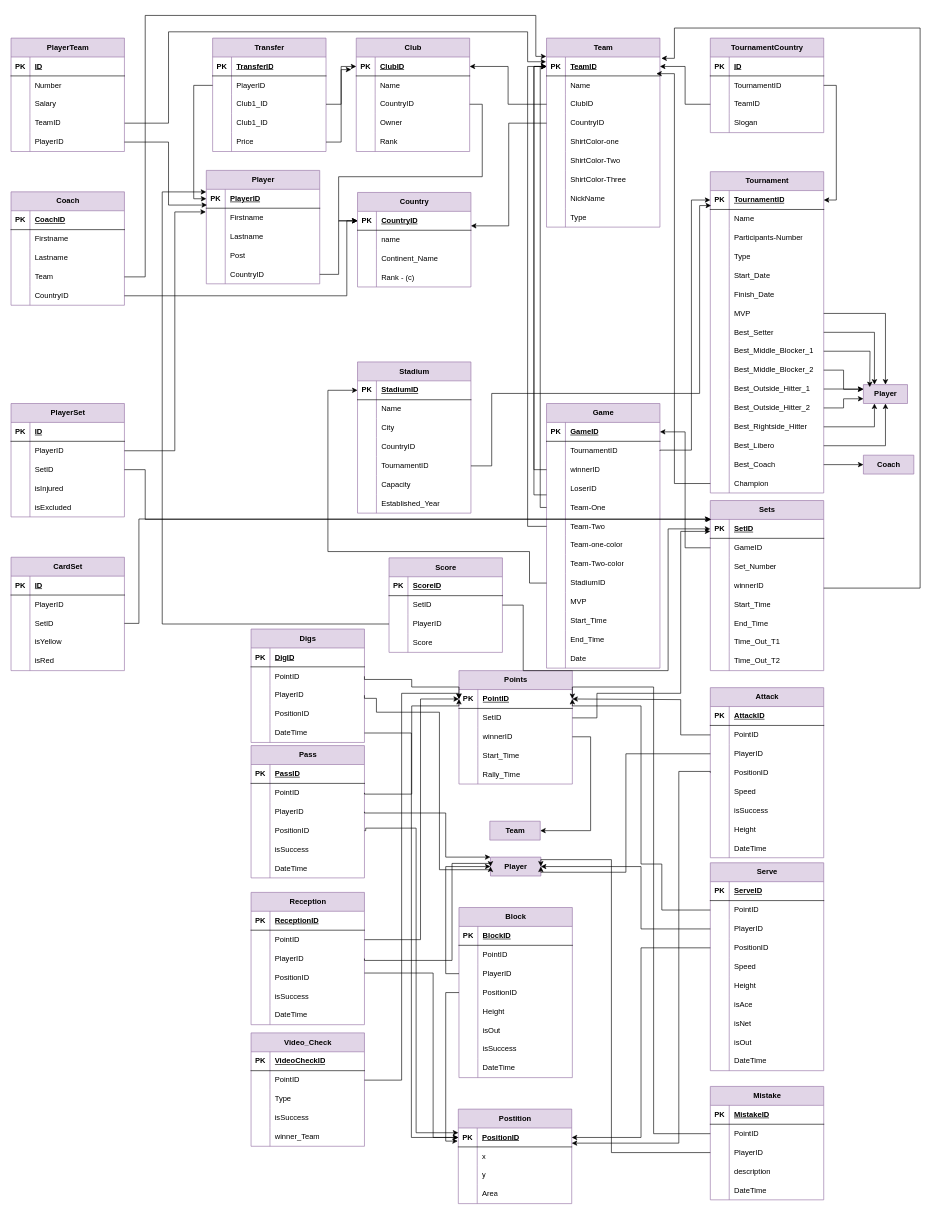
Above: page "ER-Diagram" (1 of 2) of DB2_Project_Diagrams.drawio in Matinrezaei/Software-Lab (draw.io), before the change. Source tidied: cells renumbered, new cells numbered last; positions are measured from the earlier drawing's top-left corner, leaving out a move shared by most shapes. Both pictures are drawn from the tidied source at 63%, with x=0, y=0 at pixel (11, 15).
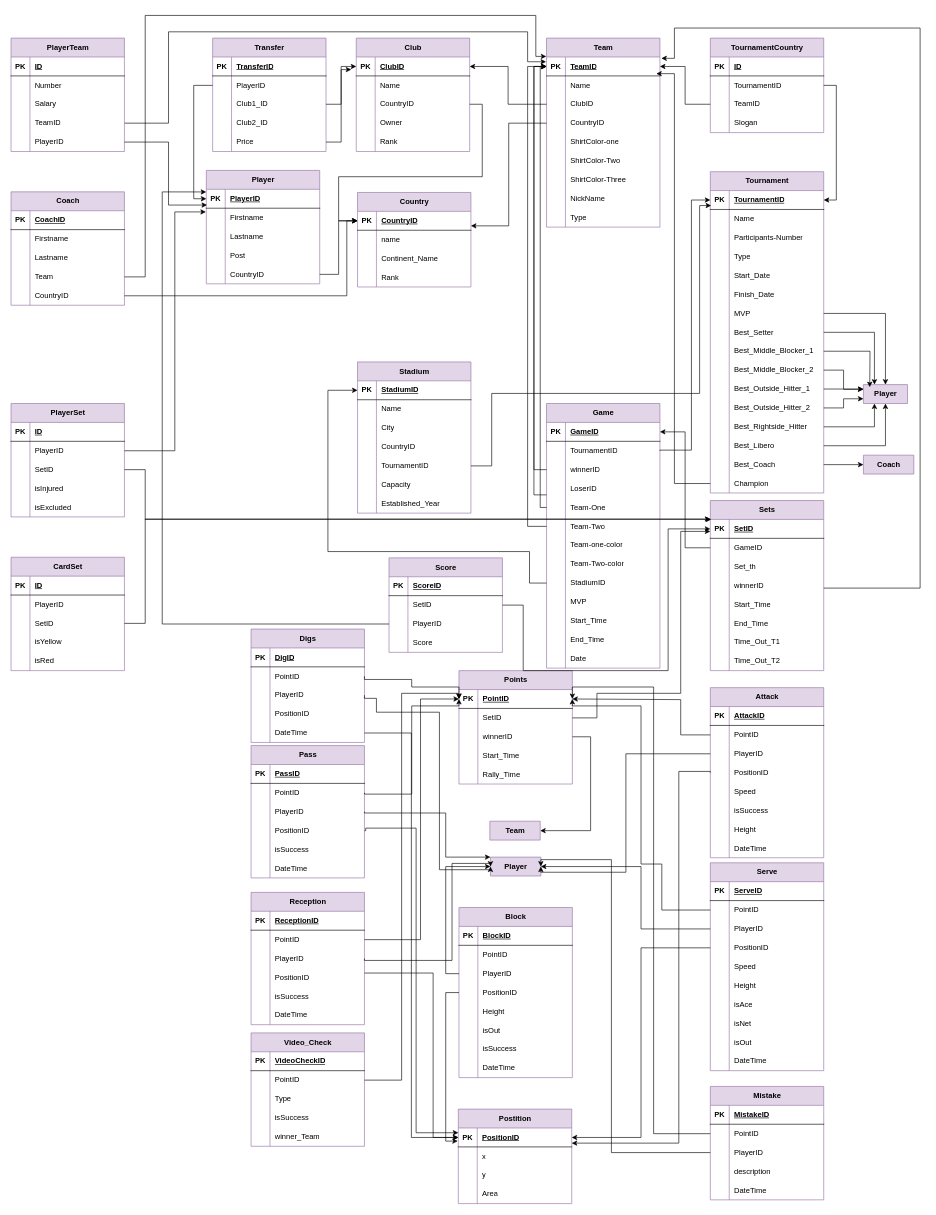
The same diagram, later.

The change refers to these unchanged cells:
```xml
<mxCell id="28" style="shape=tableRow;horizontal=0;startSize=0;swimlaneHead=0;swimlaneBody=0;fillColor=none;top=0;left=0;right=0;bottom=0;" parent="18" vertex="1">
  <mxGeometry y="120" width="180" height="30" as="geometry" />
</mxCell>
<mxCell id="192" style="shape=tableRow;horizontal=0;startSize=0;swimlaneHead=0;swimlaneBody=0;fillColor=none;top=0;left=0;right=0;bottom=0;" parent="182" vertex="1">
  <mxGeometry y="120" width="180" height="30" as="geometry" />
</mxCell>
<mxCell id="242" style="shape=tableRow;horizontal=0;startSize=0;swimlaneHead=0;swimlaneBody=0;fillColor=none;points=[[0,0.5],[1,0.5]];portConstraint=eastwest;top=0;left=0;right=0;bottom=1;" parent="241" vertex="1">
  <mxGeometry y="30" width="180" height="30" as="geometry" />
</mxCell>
<mxCell id="248" style="shape=tableRow;horizontal=0;startSize=0;swimlaneHead=0;swimlaneBody=0;fillColor=none;top=0;left=0;right=0;bottom=0;" parent="241" vertex="1">
  <mxGeometry y="90" width="180" height="30" as="geometry" />
</mxCell>
<mxCell id="551" style="shape=tableRow;horizontal=0;startSize=0;swimlaneHead=0;swimlaneBody=0;fillColor=none;points=[[0,0.5],[1,0.5]];portConstraint=eastwest;top=0;left=0;right=0;bottom=0;" parent="544" vertex="1">
  <mxGeometry y="90" width="180" height="30" as="geometry" />
</mxCell>
```

What changed in the source:
```diff
@@
-    <mxCell id="30" value="Rank - (c)" style="shape=partialRectangle;fillColor=none;top=0;left=0;bottom=0;right=0;align=left;spacingLeft=6;overflow=hidden;whiteSpace=wrap;html=1;" parent="28" vertex="1">
+    <mxCell id="30" value="Rank" style="shape=partialRectangle;fillColor=none;top=0;left=0;bottom=0;right=0;align=left;spacingLeft=6;overflow=hidden;whiteSpace=wrap;html=1;" parent="28" vertex="1">
       <mxGeometry x="30" width="150" height="30" as="geometry" />
     </mxCell>
@@
-    <mxCell id="194" value="Club1_ID" style="shape=partialRectangle;fillColor=none;top=0;left=0;bottom=0;right=0;align=left;spacingLeft=6;overflow=hidden;whiteSpace=wrap;html=1;" parent="192" vertex="1">
+    <mxCell id="194" value="Club2_ID" style="shape=partialRectangle;fillColor=none;top=0;left=0;bottom=0;right=0;align=left;spacingLeft=6;overflow=hidden;whiteSpace=wrap;html=1;" parent="192" vertex="1">
       <mxGeometry x="30" width="150" height="30" as="geometry" />
     </mxCell>
@@
-    <mxCell id="250" value="Set_Number" style="shape=partialRectangle;fillColor=none;top=0;left=0;bottom=0;right=0;align=left;spacingLeft=6;overflow=hidden;whiteSpace=wrap;html=1;" parent="248" vertex="1">
+    <mxCell id="250" value="Set_th" style="shape=partialRectangle;fillColor=none;top=0;left=0;bottom=0;right=0;align=left;spacingLeft=6;overflow=hidden;whiteSpace=wrap;html=1;" parent="248" vertex="1">
       <mxGeometry x="30" width="150" height="30" as="geometry" />
     </mxCell>
@@
     <mxCell id="561" style="edgeStyle=orthogonalEdgeStyle;rounded=0;jettySize=auto;html=1;entryX=-0.001;entryY=-0.025;entryDx=0;entryDy=0;entryPerimeter=0;" parent="1" edge="1" source="551" target="242">
       <mxGeometry relative="1" as="geometry">
         <Array as="points">
-          <mxPoint x="203" y="965" />
-          <mxPoint x="203" y="800" />
+          <mxPoint x="213" y="965" />
+          <mxPoint x="213" y="800" />
           <mxPoint x="1110" y="800" />
         </Array>
       </mxGeometry>
     </mxCell>
```
